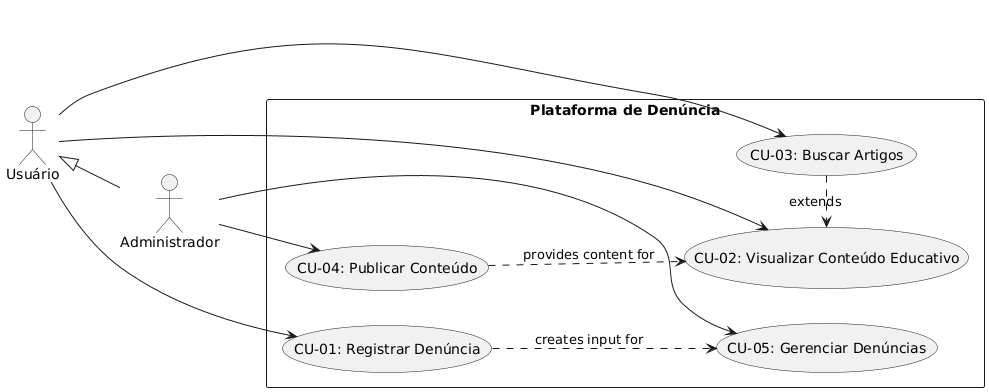
This is docs/imgs/diagrama-casos-de-uso.png from iagoizi/wildfire-awareness-platform, a PlantUML export, as it was before one commit.
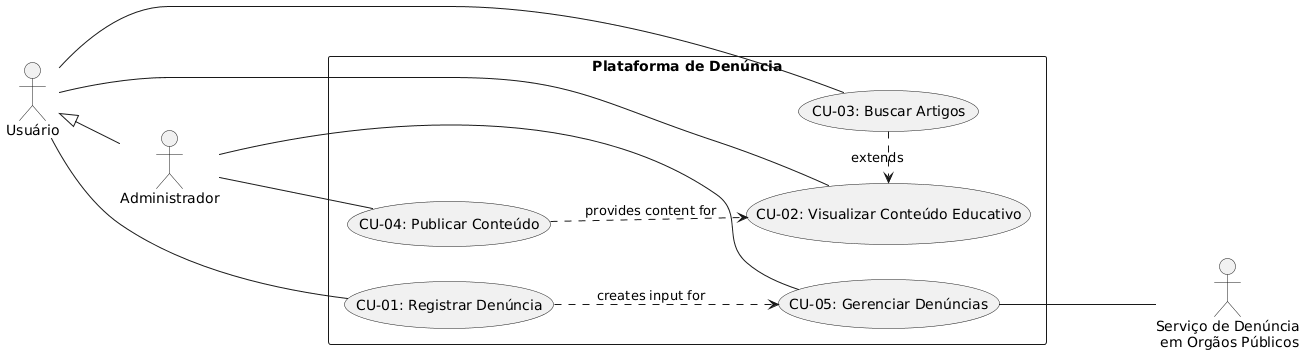
Later version of the same file.

Commit message:
Updated use case diagram to include external services

What changed in the source:
```diff
@@ -3,6 +3,7 @@
 
 actor "Usuário" as User
 actor "Administrador" as Admin
+actor "Serviço de Denúncia\n em Orgãos Públicos" as Send
 
 rectangle "Plataforma de Denúncia" {
   usecase "CU-01: Registrar Denúncia" as UC1
@@ -12,12 +13,14 @@
   usecase "CU-05: Gerenciar Denúncias" as UC5
 }
 
-User --> UC1
-User --> UC2
-User --> UC3
+User --- UC1
+User --- UC2
+User --- UC3
 
-Admin --> UC4
-Admin --> UC5
+UC5 --- Send
+
+Admin --- UC4
+Admin --- UC5
 
 Admin -up-|> User
 
```
